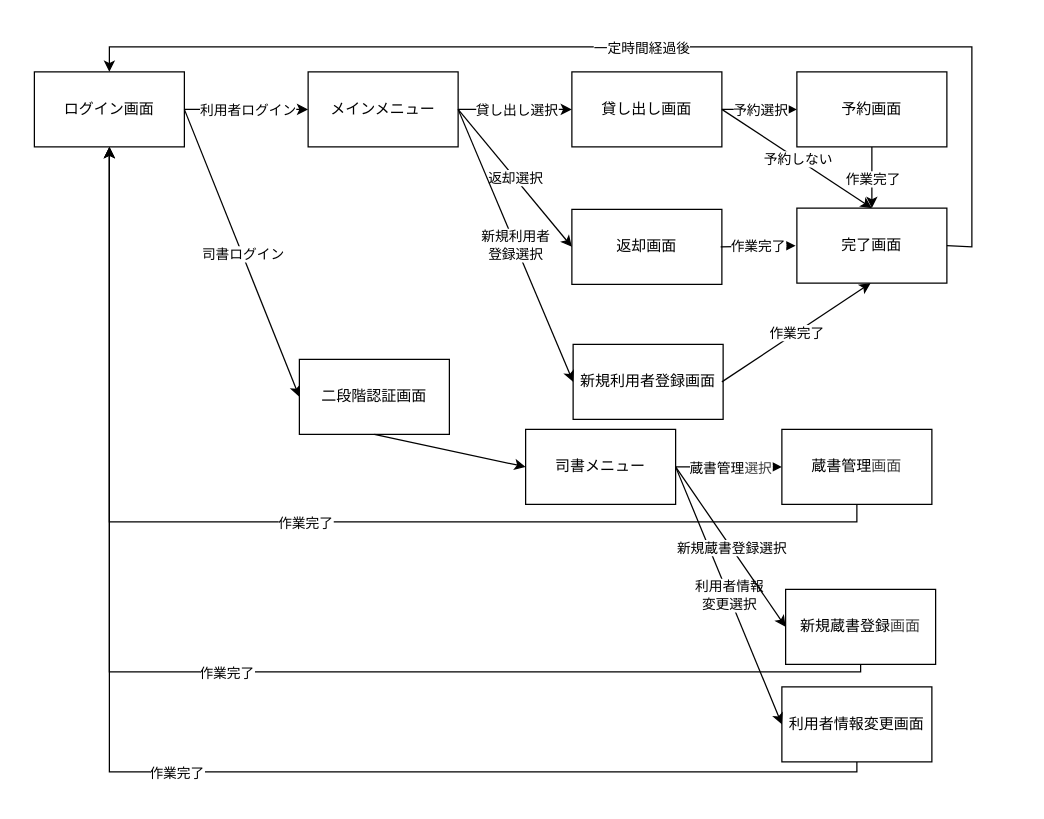
lc-lor-lcb/liblary keeps this draw.io diagram as 画面遷移/libiaiy_画面遷移図.drawio. Above is the earlier version. Source tidied: cells renumbered, new cells numbered last; positions are measured from the earlier drawing's top-left corner, leaving out a move shared by most shapes. Both pictures are drawn from the tidied source at 125%, with x=0, y=0 at pixel (34, 46).
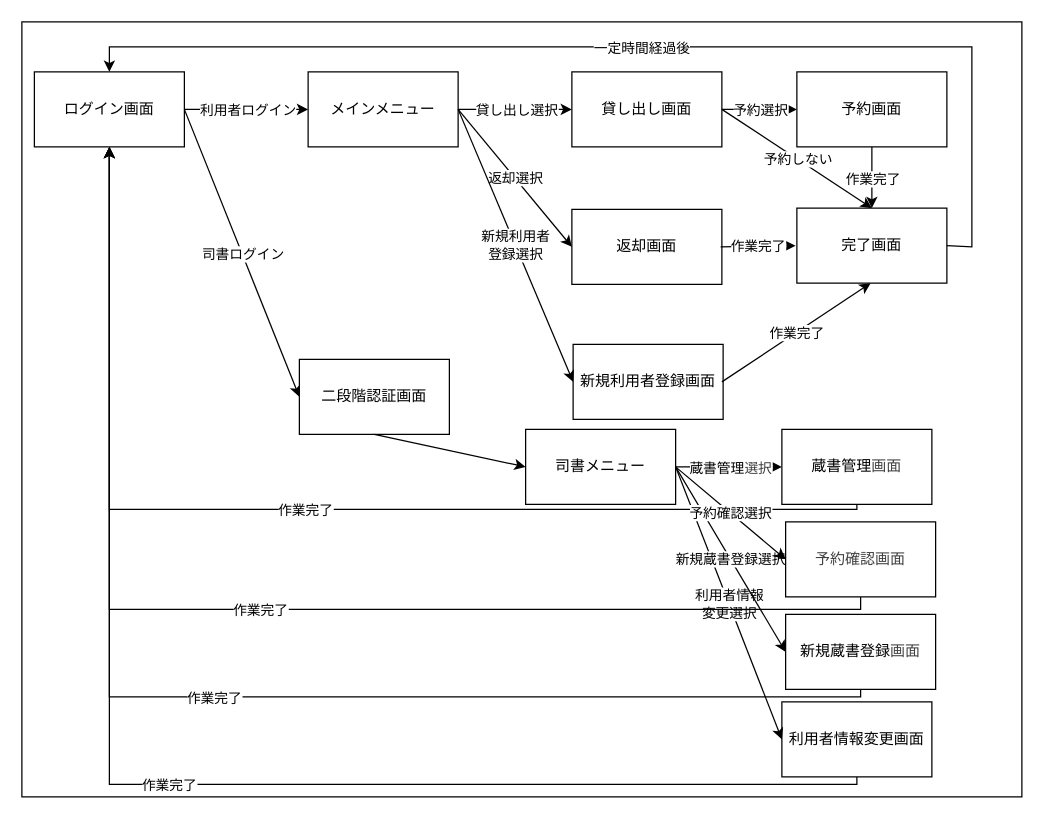
After the change.

The change refers to these unchanged cells:
```xml
<mxCell id="2" value="ログイン画面" style="rounded=0;whiteSpace=wrap;html=1;" parent="1" vertex="1">
  <mxGeometry y="20" width="120" height="60" as="geometry" />
</mxCell>
<mxCell id="4" value="司書メニュー" style="rounded=0;whiteSpace=wrap;html=1;" parent="1" vertex="1">
  <mxGeometry x="393" y="306" width="120" height="60" as="geometry" />
</mxCell>
<mxCell id="6" value="蔵書管理&lt;span style=&quot;color: rgb(63, 63, 63); background-color: transparent;&quot;&gt;画面&lt;/span&gt;" style="rounded=0;whiteSpace=wrap;html=1;" parent="1" vertex="1">
  <mxGeometry x="598" y="306" width="120" height="60" as="geometry" />
</mxCell>
```

Diff of the diagram source:
```diff
@@
+    <mxCell id="50" style="whiteSpace=wrap;html=1;" parent="1" vertex="1">
+      <mxGeometry x="-10" y="-20" width="800" height="620" as="geometry" />
+    </mxCell>
@@
     <mxCell id="37" style="endArrow=classic;html=1;rounded=0;entryX=0.5;entryY=1;entryDx=0;entryDy=0;exitX=0.5;exitY=1;exitDx=0;exitDy=0;" parent="1" edge="1" source="6" target="2">
       <mxGeometry relative="1" as="geometry">
         <Array as="points">
-          <mxPoint x="658" y="380" />
-          <mxPoint x="60" y="380" />
+          <mxPoint x="658" y="370" />
+          <mxPoint x="60" y="370" />
         </Array>
       </mxGeometry>
     </mxCell>
@@
     <mxCell id="40" value="利用者情報変更画面" style="rounded=0;whiteSpace=wrap;html=1;" parent="1" vertex="1">
-      <mxGeometry x="598" y="512" width="120" height="60" as="geometry" />
+      <mxGeometry x="598" y="524" width="120" height="60" as="geometry" />
     </mxCell>
     <mxCell id="41" style="endArrow=classic;html=1;rounded=0;exitX=0.5;exitY=1;exitDx=0;exitDy=0;entryX=0.5;entryY=1;entryDx=0;entryDy=0;" parent="1" edge="1" source="40" target="2">
       <mxGeometry relative="1" as="geometry">
         <Array as="points">
-          <mxPoint x="658" y="580" />
-          <mxPoint x="60" y="580" />
+          <mxPoint x="658" y="590" />
+          <mxPoint x="60" y="590" />
         </Array>
       </mxGeometry>
     </mxCell>
@@
     <mxCell id="45" value="新規蔵書登録&lt;span style=&quot;color: rgb(63, 63, 63); background-color: transparent;&quot;&gt;画面&lt;/span&gt;" style="rounded=0;whiteSpace=wrap;html=1;" parent="1" vertex="1">
-      <mxGeometry x="601" y="434" width="120" height="60" as="geometry" />
+      <mxGeometry x="601" y="454" width="120" height="60" as="geometry" />
     </mxCell>
     <mxCell id="46" style="endArrow=classic;html=1;rounded=0;exitX=0.5;exitY=1;exitDx=0;exitDy=0;entryX=0.5;entryY=1;entryDx=0;entryDy=0;" parent="1" edge="1" source="45" target="2">
       <mxGeometry relative="1" as="geometry">
         <Array as="points">
-          <mxPoint x="661" y="500" />
-          <mxPoint x="60" y="500" />
+          <mxPoint x="661" y="520" />
+          <mxPoint x="60" y="520" />
         </Array>
       </mxGeometry>
     </mxCell>
@@
+    <mxCell id="51" value="&lt;span style=&quot;color: rgb(63, 63, 63); background-color: transparent;&quot;&gt;予約確認画面&lt;/span&gt;" style="rounded=0;whiteSpace=wrap;html=1;" parent="1" vertex="1">
+      <mxGeometry x="601" y="380" width="120" height="60" as="geometry" />
+    </mxCell>
+    <mxCell id="52" style="endArrow=classic;html=1;entryX=0;entryY=0.5;entryDx=0;entryDy=0;exitX=1;exitY=0.5;exitDx=0;exitDy=0;" parent="1" edge="1" source="4" target="51">
+      <mxGeometry relative="1" as="geometry" />
+    </mxCell>
+    <mxCell id="53" value="予約確認選択" style="edgeLabel;html=1;align=center;verticalAlign=middle;" parent="52" vertex="1">
+      <mxGeometry relative="1" as="geometry" />
+    </mxCell>
+    <mxCell id="54" style="endArrow=classic;html=1;exitX=0.5;exitY=1;exitDx=0;exitDy=0;rounded=0;curved=0;entryX=0.5;entryY=1;entryDx=0;entryDy=0;" parent="1" edge="1" source="51" target="2">
+      <mxGeometry relative="1" as="geometry">
+        <Array as="points">
+          <mxPoint x="661" y="450" />
+          <mxPoint x="60" y="450" />
+        </Array>
+      </mxGeometry>
+    </mxCell>
+    <mxCell id="55" value="作業完了" style="edgeLabel;html=1;align=center;verticalAlign=middle;" parent="54" vertex="1">
+      <mxGeometry relative="1" as="geometry" />
+    </mxCell>
```
